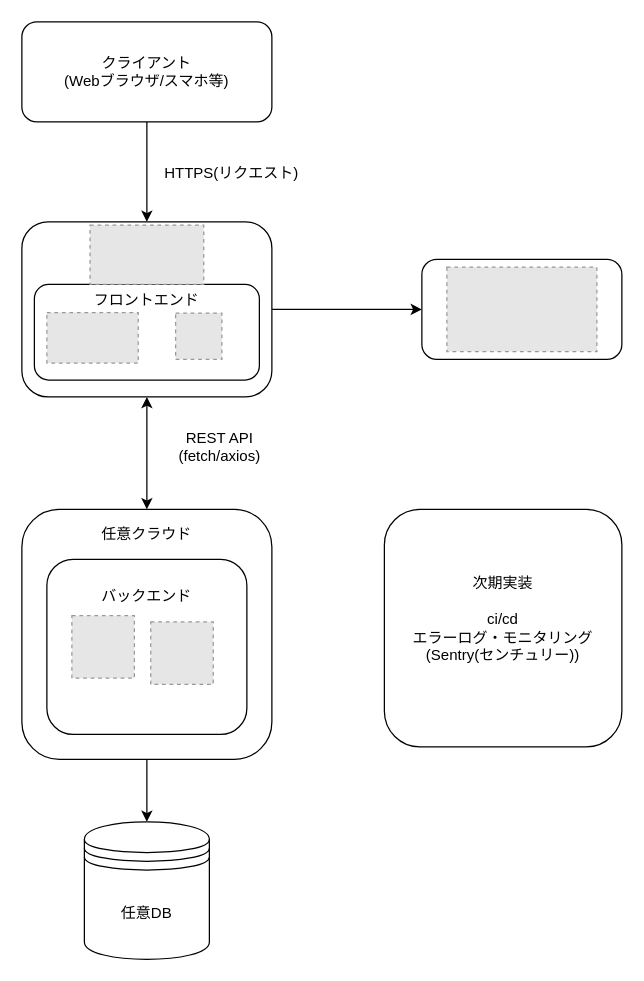
This is architect-infomation/architect.drawio from kazyuki178/portfolio-app, a draw.io file, before an edit. Source tidied: cells renumbered, new cells numbered last; positions are measured from the earlier drawing's top-left corner, leaving out a move shared by most shapes. Both pictures are drawn from the tidied source at 125%, with x=0, y=0 at pixel (21, 21). Pictures stored in the file or linked from it are replaced by grey dashed boxes.
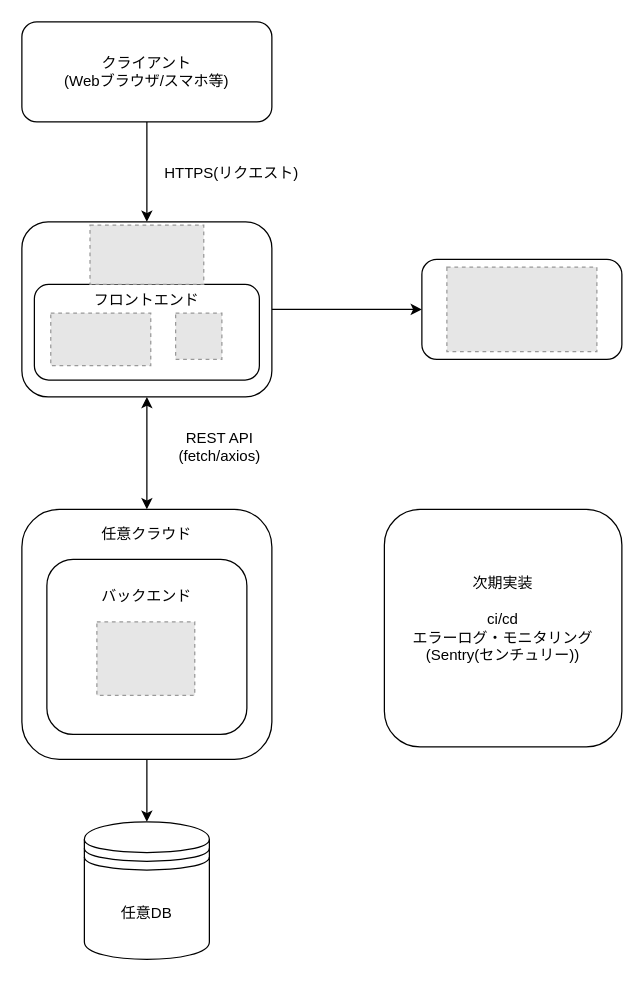
The same diagram, later.

Change to the diagram source:
```diff
@@
-    <mxCell id="17" style="fillColor=#E6E6E6;strokeColor=#999999;dashed=1;verticalLabelPosition=bottom;labelBackgroundColor=default;verticalAlign=top;" parent="1" vertex="1">
-      <mxGeometry x="20" y="232.5" width="73.1" height="40.4" as="geometry" />
-    </mxCell>
@@
-    <mxCell id="19" style="fillColor=#E6E6E6;strokeColor=#999999;dashed=1;verticalLabelPosition=bottom;labelBackgroundColor=default;verticalAlign=top;" parent="1" vertex="1">
-      <mxGeometry x="40" y="475" width="50" height="50" as="geometry" />
-    </mxCell>
-    <mxCell id="20" style="fillColor=#E6E6E6;strokeColor=#999999;dashed=1;verticalLabelPosition=bottom;labelBackgroundColor=default;verticalAlign=top;" parent="1" vertex="1">
-      <mxGeometry x="103.1" y="480" width="50" height="50" as="geometry" />
-    </mxCell>
@@
+    <mxCell id="25" style="fillColor=#E6E6E6;strokeColor=#999999;dashed=1;verticalLabelPosition=bottom;labelBackgroundColor=default;verticalAlign=top;" parent="1" vertex="1">
+      <mxGeometry x="23.1" y="233" width="80" height="42" as="geometry" />
+    </mxCell>
+    <mxCell id="26" style="fillColor=#E6E6E6;strokeColor=#999999;dashed=1;verticalLabelPosition=bottom;labelBackgroundColor=default;verticalAlign=top;" parent="1" vertex="1">
+      <mxGeometry x="60" y="480" width="78.3" height="58.8" as="geometry" />
+    </mxCell>
```
